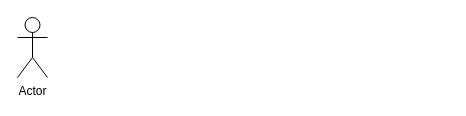
Earlier version of the draw.io diagram use_case_0.drawio (DarKnight2709/use_case_diagram). Source tidied: cells renumbered, new cells numbered last; positions are measured from the earlier drawing's top-left corner, leaving out a move shared by most shapes. Both pictures are drawn from the tidied source at 100%, with x=0, y=0 at pixel (17, 17).
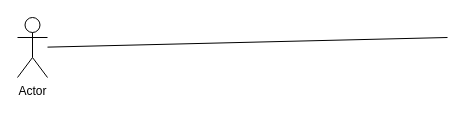
The same page after the edit.

Diff of the diagram source:
```diff
@@
 <mxGraphModel>
   <root>
     <mxCell id="0" />
     <mxCell id="1" parent="0" />
     <mxCell id="2" value="Actor" style="shape=umlActor;verticalLabelPosition=bottom;verticalAlign=top;html=1;outlineConnect=0;" parent="1" vertex="1">
       <mxGeometry width="30" height="60" as="geometry" />
     </mxCell>
+    <mxCell id="3" style="endArrow=none;html=1;rounded=0;" parent="1" edge="1" source="2">
+      <mxGeometry relative="1" as="geometry">
+        <mxPoint x="430" y="20" as="targetPoint" />
+      </mxGeometry>
+    </mxCell>
   </root>
 </mxGraphModel>
```
